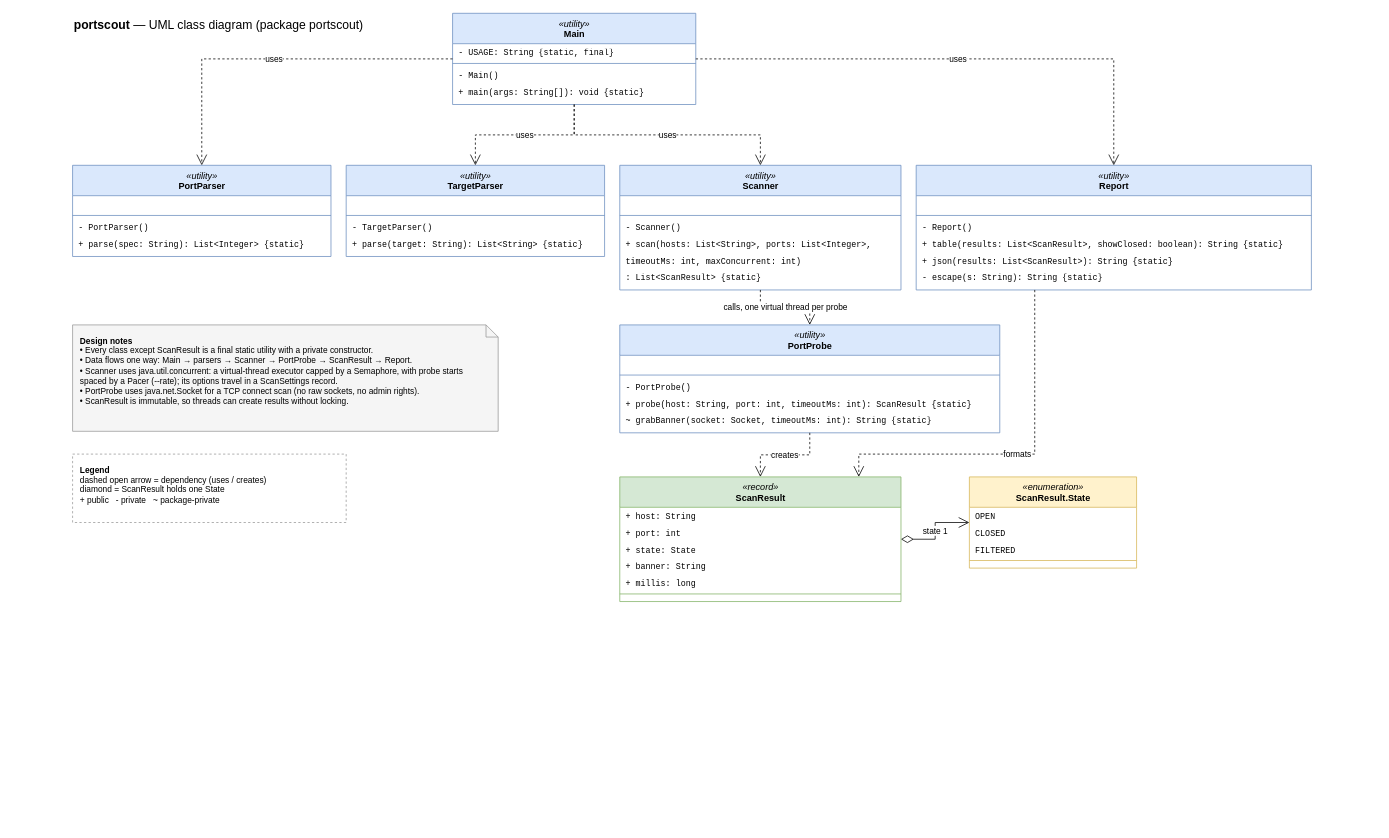
The draw.io diagram docs/portscout-uml.drawio in AoceanP/portscout, before the edit. Source tidied: cells renumbered, new cells numbered last; positions are measured from the earlier drawing's top-left corner, leaving out a move shared by most shapes. Both pictures are drawn from the tidied source at 76%, with x=0, y=0 at pixel (72, 13).
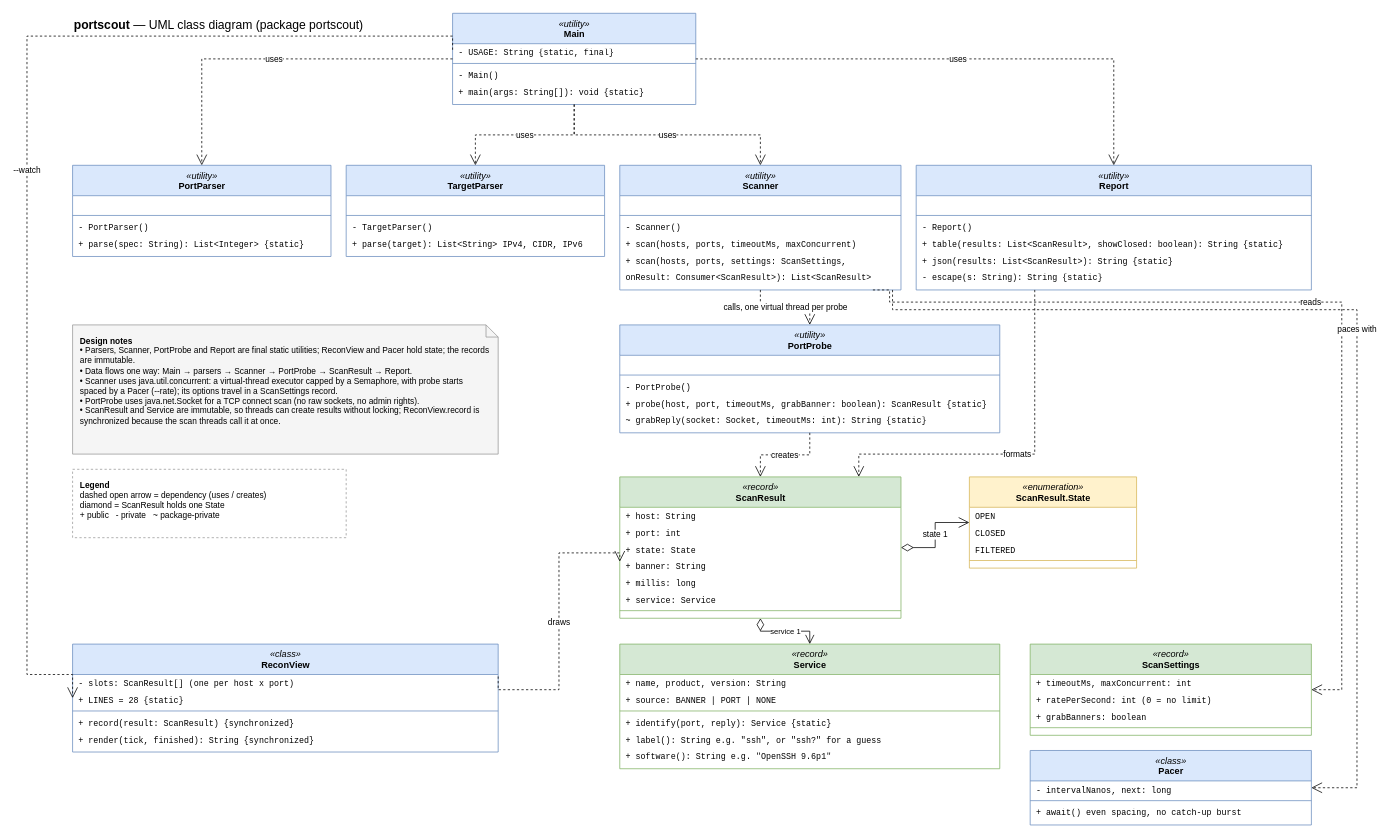
The same diagram, later.

Commit message (it also covers changes not shown here):
Bring the UML up to date; add the series' common thread

The change refers to these unchanged cells:
```xml
<mxCell id="2" value="&lt;i&gt;&amp;laquo;utility&amp;raquo;&lt;/i&gt;&lt;br&gt;&lt;b&gt;Main&lt;/b&gt;" style="swimlane;fontStyle=0;align=center;verticalAlign=top;horizontal=1;startSize=40;html=1;fillColor=#dae8fc;strokeColor=#6c8ebf;swimlaneFillColor=#ffffff;" parent="1" vertex="1">
  <mxGeometry x="500" width="320" height="120" as="geometry" />
</mxCell>
<mxCell id="12" value="&lt;i&gt;&amp;laquo;utility&amp;raquo;&lt;/i&gt;&lt;br&gt;&lt;b&gt;TargetParser&lt;/b&gt;" style="swimlane;fontStyle=0;align=center;verticalAlign=top;horizontal=1;startSize=40;html=1;fillColor=#dae8fc;strokeColor=#6c8ebf;swimlaneFillColor=#ffffff;" parent="1" vertex="1">
  <mxGeometry x="360" y="200" width="340" height="120" as="geometry" />
</mxCell>
<mxCell id="17" value="&lt;i&gt;&amp;laquo;utility&amp;raquo;&lt;/i&gt;&lt;br&gt;&lt;b&gt;Scanner&lt;/b&gt;" style="swimlane;fontStyle=0;align=center;verticalAlign=top;horizontal=1;startSize=40;html=1;fillColor=#dae8fc;strokeColor=#6c8ebf;swimlaneFillColor=#ffffff;" parent="1" vertex="1">
  <mxGeometry x="720" y="200" width="370" height="164" as="geometry" />
</mxCell>
<mxCell id="31" value="&lt;i&gt;&amp;laquo;utility&amp;raquo;&lt;/i&gt;&lt;br&gt;&lt;b&gt;PortProbe&lt;/b&gt;" style="swimlane;fontStyle=0;align=center;verticalAlign=top;horizontal=1;startSize=40;html=1;fillColor=#dae8fc;strokeColor=#6c8ebf;swimlaneFillColor=#ffffff;" parent="1" vertex="1">
  <mxGeometry x="720" y="410" width="500" height="142" as="geometry" />
</mxCell>
```

What changed in the source:
```diff
@@
-    <mxCell id="16" value="+ parse(target: String): List&amp;lt;String&amp;gt; {static}" style="text;strokeColor=none;fillColor=none;align=left;verticalAlign=top;spacingLeft=6;spacingRight=4;overflow=hidden;html=1;fontFamily=Courier New;fontSize=11;" parent="12" vertex="1">
+    <mxCell id="16" value="+ parse(target): List&amp;lt;String&amp;gt;  IPv4, CIDR, IPv6" style="text;strokeColor=none;fillColor=none;align=left;verticalAlign=top;spacingLeft=6;spacingRight=4;overflow=hidden;html=1;fontFamily=Courier New;fontSize=11;" parent="12" vertex="1">
       <mxGeometry y="92" width="340" height="22" as="geometry" />
     </mxCell>
@@
-    <mxCell id="21" value="+ scan(hosts: List&amp;lt;String&amp;gt;, ports: List&amp;lt;Integer&amp;gt;," style="text;strokeColor=none;fillColor=none;align=left;verticalAlign=top;spacingLeft=6;spacingRight=4;overflow=hidden;html=1;fontFamily=Courier New;fontSize=11;" parent="17" vertex="1">
+    <mxCell id="21" value="+ scan(hosts, ports, timeoutMs, maxConcurrent)" style="text;strokeColor=none;fillColor=none;align=left;verticalAlign=top;spacingLeft=6;spacingRight=4;overflow=hidden;html=1;fontFamily=Courier New;fontSize=11;" parent="17" vertex="1">
       <mxGeometry y="92" width="370" height="22" as="geometry" />
     </mxCell>
-    <mxCell id="22" value="      timeoutMs: int, maxConcurrent: int)" style="text;strokeColor=none;fillColor=none;align=left;verticalAlign=top;spacingLeft=6;spacingRight=4;overflow=hidden;html=1;fontFamily=Courier New;fontSize=11;" parent="17" vertex="1">
+    <mxCell id="22" value="+ scan(hosts, ports, settings: ScanSettings," style="text;strokeColor=none;fillColor=none;align=left;verticalAlign=top;spacingLeft=6;spacingRight=4;overflow=hidden;html=1;fontFamily=Courier New;fontSize=11;" parent="17" vertex="1">
       <mxGeometry y="114" width="370" height="22" as="geometry" />
     </mxCell>
-    <mxCell id="23" value="      : List&amp;lt;ScanResult&amp;gt; {static}" style="text;strokeColor=none;fillColor=none;align=left;verticalAlign=top;spacingLeft=6;spacingRight=4;overflow=hidden;html=1;fontFamily=Courier New;fontSize=11;" parent="17" vertex="1">
+    <mxCell id="23" value="      onResult: Consumer&amp;lt;ScanResult&amp;gt;): List&amp;lt;ScanResult&amp;gt;" style="text;strokeColor=none;fillColor=none;align=left;verticalAlign=top;spacingLeft=6;spacingRight=4;overflow=hidden;html=1;fontFamily=Courier New;fontSize=11;" parent="17" vertex="1">
       <mxGeometry y="136" width="370" height="22" as="geometry" />
     </mxCell>
@@
-    <mxCell id="35" value="+ probe(host: String, port: int, timeoutMs: int): ScanResult {static}" style="text;strokeColor=none;fillColor=none;align=left;verticalAlign=top;spacingLeft=6;spacingRight=4;overflow=hidden;html=1;fontFamily=Courier New;fontSize=11;" parent="31" vertex="1">
+    <mxCell id="35" value="+ probe(host, port, timeoutMs, grabBanner: boolean): ScanResult {static}" style="text;strokeColor=none;fillColor=none;align=left;verticalAlign=top;spacingLeft=6;spacingRight=4;overflow=hidden;html=1;fontFamily=Courier New;fontSize=11;" parent="31" vertex="1">
       <mxGeometry y="92" width="500" height="22" as="geometry" />
     </mxCell>
-    <mxCell id="36" value="~ grabBanner(socket: Socket, timeoutMs: int): String {static}" style="text;strokeColor=none;fillColor=none;align=left;verticalAlign=top;spacingLeft=6;spacingRight=4;overflow=hidden;html=1;fontFamily=Courier New;fontSize=11;" parent="31" vertex="1">
+    <mxCell id="36" value="~ grabReply(socket: Socket, timeoutMs: int): String {static}" style="text;strokeColor=none;fillColor=none;align=left;verticalAlign=top;spacingLeft=6;spacingRight=4;overflow=hidden;html=1;fontFamily=Courier New;fontSize=11;" parent="31" vertex="1">
       <mxGeometry y="114" width="500" height="22" as="geometry" />
     </mxCell>
     <mxCell id="37" value="&lt;i&gt;&amp;laquo;record&amp;raquo;&lt;/i&gt;&lt;br&gt;&lt;b&gt;ScanResult&lt;/b&gt;" style="swimlane;fontStyle=0;align=center;verticalAlign=top;horizontal=1;startSize=40;html=1;fillColor=#d5e8d4;strokeColor=#82b366;swimlaneFillColor=#ffffff;" parent="1" vertex="1">
-      <mxGeometry x="720" y="610" width="370" height="164" as="geometry" />
+      <mxGeometry x="720" y="610" width="370" height="186" as="geometry" />
     </mxCell>
@@
+    <mxCell id="60" value="+ service: Service" style="text;strokeColor=none;fillColor=none;align=left;verticalAlign=top;spacingLeft=6;spacingRight=4;overflow=hidden;html=1;fontFamily=Courier New;fontSize=11;" parent="37" vertex="1">
+      <mxGeometry y="150" width="370" height="22" as="geometry" />
+    </mxCell>
     <mxCell id="43" style="line;strokeWidth=1;fillColor=none;align=left;verticalAlign=middle;spacingTop=-1;spacingLeft=3;spacingRight=3;labelPosition=right;strokeColor=inherit;" parent="37" vertex="1">
-      <mxGeometry y="150" width="370" height="8" as="geometry" />
+      <mxGeometry y="172" width="370" height="8" as="geometry" />
     </mxCell>
@@
+    <mxCell id="61" value="&lt;i&gt;&amp;laquo;record&amp;raquo;&lt;/i&gt;&lt;br&gt;&lt;b&gt;Service&lt;/b&gt;" style="swimlane;fontStyle=0;align=center;verticalAlign=top;horizontal=1;startSize=40;html=1;fillColor=#d5e8d4;strokeColor=#82b366;swimlaneFillColor=#ffffff;" parent="1" vertex="1">
+      <mxGeometry x="720" y="830" width="500" height="164" as="geometry" />
+    </mxCell>
+    <mxCell id="62" value="+ name, product, version: String" style="text;strokeColor=none;fillColor=none;align=left;verticalAlign=top;spacingLeft=6;spacingRight=4;overflow=hidden;html=1;fontFamily=Courier New;fontSize=11;" parent="61" vertex="1">
+      <mxGeometry y="40" width="500" height="22" as="geometry" />
+    </mxCell>
+    <mxCell id="63" value="+ source: BANNER | PORT | NONE" style="text;strokeColor=none;fillColor=none;align=left;verticalAlign=top;spacingLeft=6;spacingRight=4;overflow=hidden;html=1;fontFamily=Courier New;fontSize=11;" parent="61" vertex="1">
+      <mxGeometry y="62" width="500" height="22" as="geometry" />
+    </mxCell>
+    <mxCell id="64" style="line;strokeWidth=1;fillColor=none;align=left;verticalAlign=middle;spacingTop=-1;spacingLeft=3;spacingRight=3;labelPosition=right;strokeColor=inherit;" parent="61" vertex="1">
+      <mxGeometry y="84" width="500" height="8" as="geometry" />
+    </mxCell>
+    <mxCell id="65" value="+ identify(port, reply): Service {static}" style="text;strokeColor=none;fillColor=none;align=left;verticalAlign=top;spacingLeft=6;spacingRight=4;overflow=hidden;html=1;fontFamily=Courier New;fontSize=11;" parent="61" vertex="1">
+      <mxGeometry y="92" width="500" height="22" as="geometry" />
+    </mxCell>
+    <mxCell id="66" value="+ label(): String  e.g. &amp;quot;ssh&amp;quot;, or &amp;quot;ssh?&amp;quot; for a guess" style="text;strokeColor=none;fillColor=none;align=left;verticalAlign=top;spacingLeft=6;spacingRight=4;overflow=hidden;html=1;fontFamily=Courier New;fontSize=11;" parent="61" vertex="1">
+      <mxGeometry y="114" width="500" height="22" as="geometry" />
+    </mxCell>
+    <mxCell id="67" value="+ software(): String  e.g. &amp;quot;OpenSSH 9.6p1&amp;quot;" style="text;strokeColor=none;fillColor=none;align=left;verticalAlign=top;spacingLeft=6;spacingRight=4;overflow=hidden;html=1;fontFamily=Courier New;fontSize=11;" parent="61" vertex="1">
+      <mxGeometry y="136" width="500" height="22" as="geometry" />
+    </mxCell>
+    <mxCell id="68" value="&lt;i&gt;&amp;laquo;class&amp;raquo;&lt;/i&gt;&lt;br&gt;&lt;b&gt;ReconView&lt;/b&gt;" style="swimlane;fontStyle=0;align=center;verticalAlign=top;horizontal=1;startSize=40;html=1;fillColor=#dae8fc;strokeColor=#6c8ebf;swimlaneFillColor=#ffffff;" parent="1" vertex="1">
+      <mxGeometry y="830" width="560" height="142" as="geometry" />
+    </mxCell>
+    <mxCell id="69" value="- slots: ScanResult[]  (one per host x port)" style="text;strokeColor=none;fillColor=none;align=left;verticalAlign=top;spacingLeft=6;spacingRight=4;overflow=hidden;html=1;fontFamily=Courier New;fontSize=11;" parent="68" vertex="1">
+      <mxGeometry y="40" width="560" height="22" as="geometry" />
+    </mxCell>
+    <mxCell id="70" value="+ LINES = 28 {static}" style="text;strokeColor=none;fillColor=none;align=left;verticalAlign=top;spacingLeft=6;spacingRight=4;overflow=hidden;html=1;fontFamily=Courier New;fontSize=11;" parent="68" vertex="1">
+      <mxGeometry y="62" width="560" height="22" as="geometry" />
+    </mxCell>
+    <mxCell id="71" style="line;strokeWidth=1;fillColor=none;align=left;verticalAlign=middle;spacingTop=-1;spacingLeft=3;spacingRight=3;labelPosition=right;strokeColor=inherit;" parent="68" vertex="1">
+      <mxGeometry y="84" width="560" height="8" as="geometry" />
+    </mxCell>
+    <mxCell id="72" value="+ record(result: ScanResult) {synchronized}" style="text;strokeColor=none;fillColor=none;align=left;verticalAlign=top;spacingLeft=6;spacingRight=4;overflow=hidden;html=1;fontFamily=Courier New;fontSize=11;" parent="68" vertex="1">
+      <mxGeometry y="92" width="560" height="22" as="geometry" />
+    </mxCell>
+    <mxCell id="73" value="+ render(tick, finished): String {synchronized}" style="text;strokeColor=none;fillColor=none;align=left;verticalAlign=top;spacingLeft=6;spacingRight=4;overflow=hidden;html=1;fontFamily=Courier New;fontSize=11;" parent="68" vertex="1">
+      <mxGeometry y="114" width="560" height="22" as="geometry" />
+    </mxCell>
+    <mxCell id="74" value="&lt;i&gt;&amp;laquo;record&amp;raquo;&lt;/i&gt;&lt;br&gt;&lt;b&gt;ScanSettings&lt;/b&gt;" style="swimlane;fontStyle=0;align=center;verticalAlign=top;horizontal=1;startSize=40;html=1;fillColor=#d5e8d4;strokeColor=#82b366;swimlaneFillColor=#ffffff;" parent="1" vertex="1">
+      <mxGeometry x="1260" y="830" width="370" height="120" as="geometry" />
+    </mxCell>
+    <mxCell id="75" value="+ timeoutMs, maxConcurrent: int" style="text;strokeColor=none;fillColor=none;align=left;verticalAlign=top;spacingLeft=6;spacingRight=4;overflow=hidden;html=1;fontFamily=Courier New;fontSize=11;" parent="74" vertex="1">
+      <mxGeometry y="40" width="370" height="22" as="geometry" />
+    </mxCell>
+    <mxCell id="76" value="+ ratePerSecond: int  (0 = no limit)" style="text;strokeColor=none;fillColor=none;align=left;verticalAlign=top;spacingLeft=6;spacingRight=4;overflow=hidden;html=1;fontFamily=Courier New;fontSize=11;" parent="74" vertex="1">
+      <mxGeometry y="62" width="370" height="22" as="geometry" />
+    </mxCell>
+    <mxCell id="77" value="+ grabBanners: boolean" style="text;strokeColor=none;fillColor=none;align=left;verticalAlign=top;spacingLeft=6;spacingRight=4;overflow=hidden;html=1;fontFamily=Courier New;fontSize=11;" parent="74" vertex="1">
+      <mxGeometry y="84" width="370" height="22" as="geometry" />
+    </mxCell>
+    <mxCell id="78" style="line;strokeWidth=1;fillColor=none;align=left;verticalAlign=middle;spacingTop=-1;spacingLeft=3;spacingRight=3;labelPosition=right;strokeColor=inherit;" parent="74" vertex="1">
+      <mxGeometry y="106" width="370" height="8" as="geometry" />
+    </mxCell>
+    <mxCell id="79" value="&lt;i&gt;&amp;laquo;class&amp;raquo;&lt;/i&gt;&lt;br&gt;&lt;b&gt;Pacer&lt;/b&gt;" style="swimlane;fontStyle=0;align=center;verticalAlign=top;horizontal=1;startSize=40;html=1;fillColor=#dae8fc;strokeColor=#6c8ebf;swimlaneFillColor=#ffffff;" parent="1" vertex="1">
+      <mxGeometry x="1260" y="970" width="370" height="98" as="geometry" />
+    </mxCell>
+    <mxCell id="80" value="- intervalNanos, next: long" style="text;strokeColor=none;fillColor=none;align=left;verticalAlign=top;spacingLeft=6;spacingRight=4;overflow=hidden;html=1;fontFamily=Courier New;fontSize=11;" parent="79" vertex="1">
+      <mxGeometry y="40" width="370" height="22" as="geometry" />
+    </mxCell>
+    <mxCell id="81" style="line;strokeWidth=1;fillColor=none;align=left;verticalAlign=middle;spacingTop=-1;spacingLeft=3;spacingRight=3;labelPosition=right;strokeColor=inherit;" parent="79" vertex="1">
+      <mxGeometry y="62" width="370" height="8" as="geometry" />
+    </mxCell>
+    <mxCell id="82" value="+ await()  even spacing, no catch-up burst" style="text;strokeColor=none;fillColor=none;align=left;verticalAlign=top;spacingLeft=6;spacingRight=4;overflow=hidden;html=1;fontFamily=Courier New;fontSize=11;" parent="79" vertex="1">
+      <mxGeometry y="70" width="370" height="22" as="geometry" />
+    </mxCell>
+    <mxCell id="83" value="service 1" style="endArrow=open;endSize=10;html=1;rounded=0;edgeStyle=orthogonalEdgeStyle;startArrow=diamondThin;startFill=0;startSize=14;fontSize=10;labelBackgroundColor=#ffffff;exitX=0.5;exitY=1;entryX=0.5;entryY=0;" parent="1" edge="1" source="37" target="61">
+      <mxGeometry relative="1" as="geometry" />
+    </mxCell>
+    <mxCell id="84" value="draws" style="endArrow=open;endSize=12;dashed=1;html=1;rounded=0;edgeStyle=orthogonalEdgeStyle;fontSize=11;labelBackgroundColor=#ffffff;exitX=1;exitY=0.3;entryX=0;entryY=0.6;" parent="1" edge="1" source="68" target="37">
+      <mxGeometry relative="1" as="geometry">
+        <Array as="points">
+          <mxPoint x="640" y="890" />
+          <mxPoint x="640" y="710" />
+        </Array>
+      </mxGeometry>
+    </mxCell>
+    <mxCell id="85" value="reads" style="endArrow=open;endSize=12;dashed=1;html=1;rounded=0;edgeStyle=orthogonalEdgeStyle;fontSize=11;labelBackgroundColor=#ffffff;exitX=0.9;exitY=1;entryX=1;entryY=0.5;" parent="1" edge="1" source="17" target="74">
+      <mxGeometry relative="1" as="geometry">
+        <Array as="points">
+          <mxPoint x="1075" y="380" />
+          <mxPoint x="1670" y="380" />
+          <mxPoint x="1670" y="890" />
+        </Array>
+      </mxGeometry>
+    </mxCell>
+    <mxCell id="86" value="paces with" style="endArrow=open;endSize=12;dashed=1;html=1;rounded=0;edgeStyle=orthogonalEdgeStyle;fontSize=11;labelBackgroundColor=#ffffff;exitX=0.97;exitY=1;entryX=1;entryY=0.5;" parent="1" edge="1" source="17" target="79">
+      <mxGeometry relative="1" as="geometry">
+        <Array as="points">
+          <mxPoint x="1085" y="390" />
+          <mxPoint x="1690" y="390" />
+          <mxPoint x="1690" y="1010" />
+        </Array>
+      </mxGeometry>
+    </mxCell>
+    <mxCell id="87" value="--watch" style="endArrow=open;endSize=12;dashed=1;html=1;rounded=0;edgeStyle=orthogonalEdgeStyle;fontSize=11;labelBackgroundColor=#ffffff;exitX=0;exitY=0.4;entryX=0;entryY=0.5;" parent="1" edge="1" source="2" target="68">
+      <mxGeometry relative="1" as="geometry">
+        <Array as="points">
+          <mxPoint x="-60" y="30" />
+          <mxPoint x="-60" y="870" />
+        </Array>
+      </mxGeometry>
+    </mxCell>
-    <mxCell id="57" value="&lt;b&gt;Design notes&lt;/b&gt;&lt;br&gt;&amp;bull; Every class except ScanResult is a final static utility with a private constructor.&lt;br&gt;&amp;bull; Data flows one way: Main &amp;rarr; parsers &amp;rarr; Scanner &amp;rarr; PortProbe &amp;rarr; ScanResult &amp;rarr; Report.&lt;br&gt;&amp;bull; Scanner uses java.util.concurrent: a virtual-thread executor capped by a Semaphore, with probe starts spaced by a Pacer (--rate); its options travel in a ScanSettings record.&lt;br&gt;&amp;bull; PortProbe uses java.net.Socket for a TCP connect scan (no raw sockets, no admin rights).&lt;br&gt;&amp;bull; ScanResult is immutable, so threads can create results without locking." style="shape=note;whiteSpace=wrap;html=1;size=16;align=left;verticalAlign=top;spacing=10;fillColor=#f5f5f5;strokeColor=#999999;fontSize=11;" parent="1" vertex="1">
-      <mxGeometry y="410" width="560" height="140" as="geometry" />
+    <mxCell id="57" value="&lt;b&gt;Design notes&lt;/b&gt;&lt;br&gt;&amp;bull; Parsers, Scanner, PortProbe and Report are final static utilities; ReconView and Pacer hold state; the records are immutable.&lt;br&gt;&amp;bull; Data flows one way: Main &amp;rarr; parsers &amp;rarr; Scanner &amp;rarr; PortProbe &amp;rarr; ScanResult &amp;rarr; Report.&lt;br&gt;&amp;bull; Scanner uses java.util.concurrent: a virtual-thread executor capped by a Semaphore, with probe starts spaced by a Pacer (--rate); its options travel in a ScanSettings record.&lt;br&gt;&amp;bull; PortProbe uses java.net.Socket for a TCP connect scan (no raw sockets, no admin rights).&lt;br&gt;&amp;bull; ScanResult and Service are immutable, so threads can create results without locking; ReconView.record is synchronized because the scan threads call it at once." style="shape=note;whiteSpace=wrap;html=1;size=16;align=left;verticalAlign=top;spacing=10;fillColor=#f5f5f5;strokeColor=#999999;fontSize=11;" parent="1" vertex="1">
+      <mxGeometry y="410" width="560" height="170" as="geometry" />
     </mxCell>
     <mxCell id="58" value="&lt;b&gt;Legend&lt;/b&gt;&lt;br&gt;dashed open arrow = dependency (uses / creates)&lt;br&gt;diamond = ScanResult holds one State&lt;br&gt;+ public &amp;nbsp; - private &amp;nbsp; ~ package-private" style="rounded=0;whiteSpace=wrap;html=1;align=left;verticalAlign=top;spacing=10;fillColor=#ffffff;strokeColor=#999999;fontSize=11;dashed=1;" parent="1" vertex="1">
-      <mxGeometry y="580" width="360" height="90" as="geometry" />
+      <mxGeometry y="600" width="360" height="90" as="geometry" />
     </mxCell>
```
